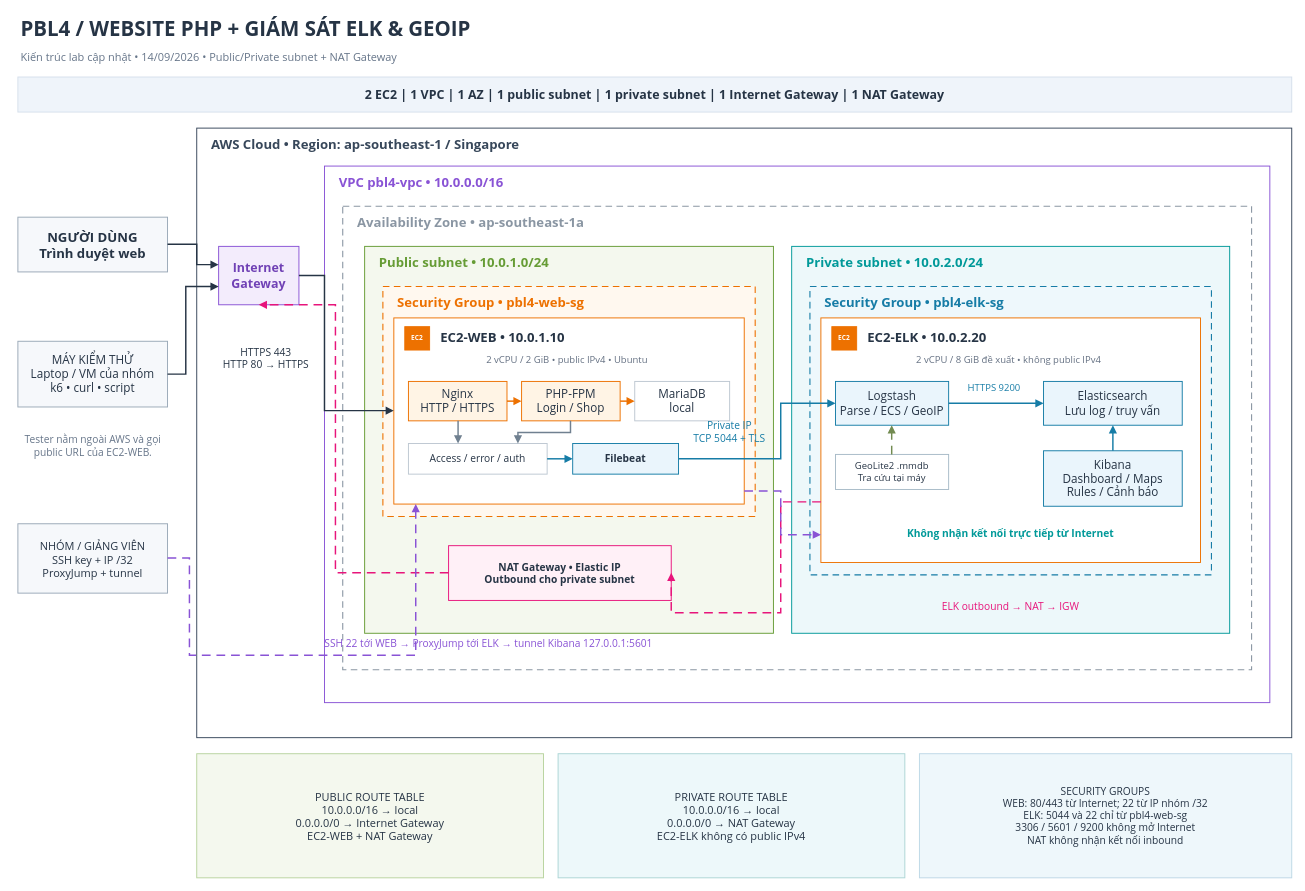
This is 01-work-breakdown/assets/pbl4-system-design.drawio from hoangFan1005/PBL4-docs, a draw.io file, before an edit. Source tidied: cells renumbered, new cells numbered last; positions are measured from the earlier drawing's top-left corner, leaving out a move shared by most shapes. Both pictures are drawn from the tidied source at 73%, with x=0, y=0 at pixel (12, 12).
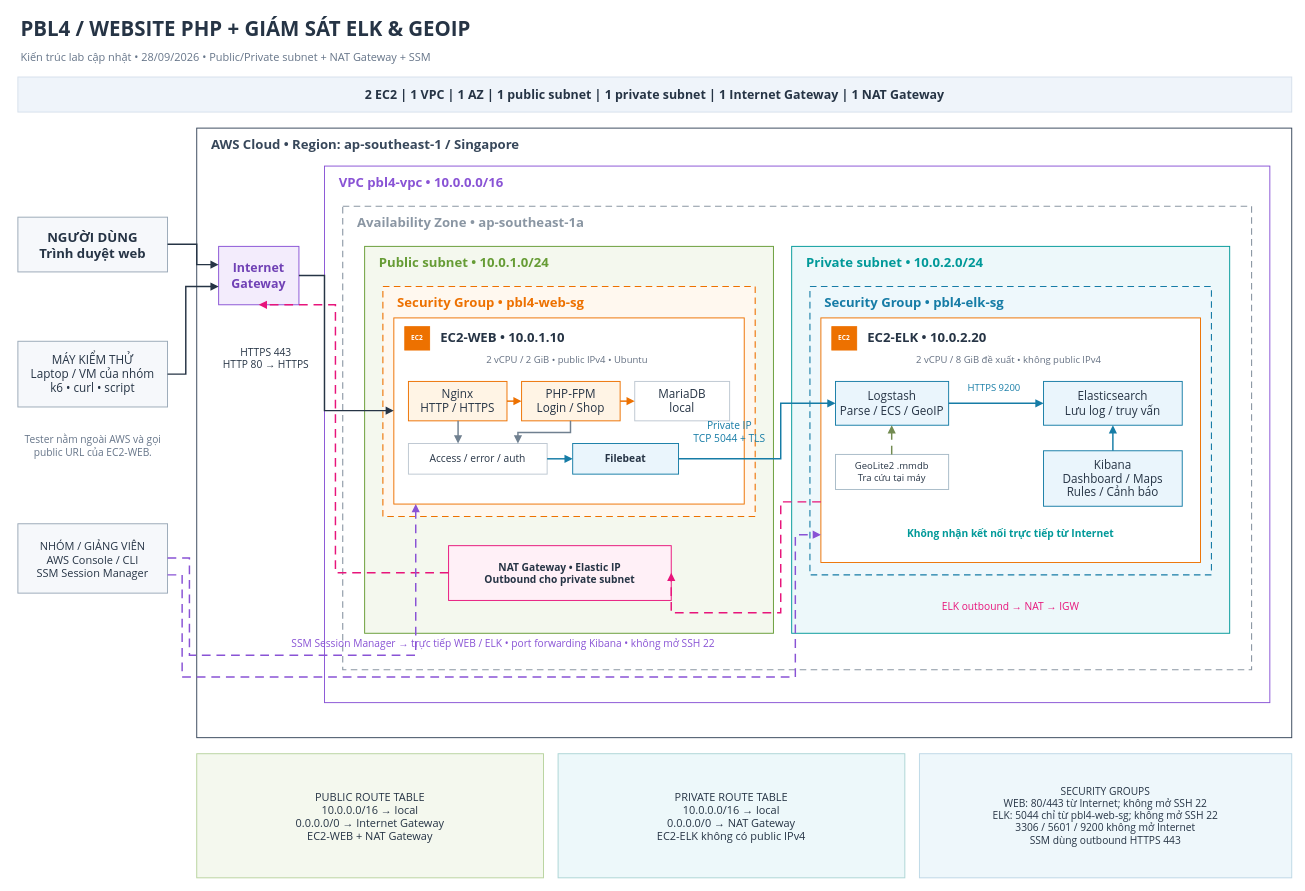
After the change.

Unchanged cells that the change refers to:
```xml
<mxCell id="17" style="rounded=0;whiteSpace=wrap;html=0;fillColor=#fff;strokeColor=#ed7100;strokeWidth=1.3;fontFamily=Segoe UI;fontSize=16;fontColor=#263445;fontStyle=0;align=center;verticalAlign=middle;spacing=4;" parent="15" vertex="1">
  <mxGeometry x="15" y="43" width="480" height="255" as="geometry" />
</mxCell>
<mxCell id="29" style="rounded=0;whiteSpace=wrap;html=0;fillColor=#fff;strokeColor=#ed7100;strokeWidth=1.3;fontFamily=Segoe UI;fontSize=16;fontColor=#263445;fontStyle=0;align=center;verticalAlign=middle;spacing=4;" parent="27" vertex="1">
  <mxGeometry x="15" y="43" width="520" height="335" as="geometry" />
</mxCell>
```

Diff of the diagram source:
```diff
@@
-    <mxCell id="3" value="Kiến trúc lab cập nhật • 14/09/2026 • Public/Private subnet + NAT Gateway" style="rounded=0;whiteSpace=wrap;html=0;fillColor=none;strokeColor=none;strokeWidth=1.3;fontFamily=Segoe UI;fontSize=15;fontColor=#667589;fontStyle=0;align=left;verticalAlign=middle;spacing=4;" parent="1" vertex="1">
+    <mxCell id="3" value="Kiến trúc lab cập nhật • 28/09/2026 • Public/Private subnet + NAT Gateway + SSM" style="rounded=0;whiteSpace=wrap;html=0;fillColor=none;strokeColor=none;strokeWidth=1.3;fontFamily=Segoe UI;fontSize=15;fontColor=#667589;fontStyle=0;align=left;verticalAlign=middle;spacing=4;" parent="1" vertex="1">
       <mxGeometry x="7" y="46" width="1745" height="25" as="geometry" />
     </mxCell>
@@
-    <mxCell id="40" value="NHÓM / GIẢNG VIÊN&#10;SSH key + IP /32&#10;ProxyJump + tunnel" style="rounded=0;whiteSpace=wrap;html=0;fillColor=#f6f8fb;strokeColor=#9aa8b7;strokeWidth=1.3;fontFamily=Segoe UI;fontSize=15;fontColor=#263445;fontStyle=0;align=center;verticalAlign=middle;spacing=4;" parent="1" vertex="1">
+    <mxCell id="40" value="NHÓM / GIẢNG VIÊN&#10;AWS Console / CLI&#10;SSM Session Manager" style="rounded=0;whiteSpace=wrap;html=0;fillColor=#f6f8fb;strokeColor=#9aa8b7;strokeWidth=1.3;fontFamily=Segoe UI;fontSize=15;fontColor=#263445;fontStyle=0;align=center;verticalAlign=middle;spacing=4;" parent="1" vertex="1">
       <mxGeometry x="7" y="700" width="205" height="95" as="geometry" />
     </mxCell>
@@
-    <mxCell id="47" value="SSH 22 tới WEB → ProxyJump tới ELK → tunnel Kibana 127.0.0.1:5601" style="rounded=0;whiteSpace=wrap;html=0;fillColor=none;strokeColor=none;strokeWidth=1.3;fontFamily=Segoe UI;fontSize=14;fontColor=#8953d5;fontStyle=0;align=center;verticalAlign=middle;spacing=4;" parent="1" vertex="1">
-      <mxGeometry x="272" y="850" width="760" height="28" as="geometry" />
+    <mxCell id="47" value="SSM Session Manager → trực tiếp WEB / ELK • port forwarding Kibana • không mở SSH 22" style="rounded=0;whiteSpace=wrap;html=0;fillColor=none;strokeColor=none;strokeWidth=1.3;fontFamily=Segoe UI;fontSize=14;fontColor=#8953d5;fontStyle=0;align=center;verticalAlign=middle;spacing=4;" parent="1" vertex="1">
+      <mxGeometry x="272" y="850" width="800" height="28" as="geometry" />
     </mxCell>
@@
-    <mxCell id="50" value="SECURITY GROUPS&#10;WEB: 80/443 từ Internet; 22 từ IP nhóm /32&#10;ELK: 5044 và 22 chỉ từ pbl4-web-sg&#10;3306 / 5601 / 9200 không mở Internet&#10;NAT không nhận kết nối inbound" style="rounded=0;whiteSpace=wrap;html=0;fillColor=#eef7fb;strokeColor=#bdd8e6;strokeWidth=1.3;fontFamily=Segoe UI;fontSize=14;fontColor=#263445;fontStyle=0;align=center;verticalAlign=middle;spacing=4;" parent="1" vertex="1">
+    <mxCell id="50" value="SECURITY GROUPS&#10;WEB: 80/443 từ Internet; không mở SSH 22&#10;ELK: 5044 chỉ từ pbl4-web-sg; không mở SSH 22&#10;3306 / 5601 / 9200 không mở Internet&#10;SSM dùng outbound HTTPS 443" style="rounded=0;whiteSpace=wrap;html=0;fillColor=#eef7fb;strokeColor=#bdd8e6;strokeWidth=1.3;fontFamily=Segoe UI;fontSize=14;fontColor=#263445;fontStyle=0;align=center;verticalAlign=middle;spacing=4;" parent="1" vertex="1">
       <mxGeometry x="1242" y="1015" width="510" height="170" as="geometry" />
     </mxCell>
@@
-    <mxCell id="66" style="edgeStyle=none;rounded=0;html=0;strokeColor=#8953d5;strokeWidth=2;endArrow=block;endFill=1;exitX=1;exitY=0.9294117647058824;exitDx=0;exitDy=0;entryX=0;entryY=0.8865671641791045;entryDx=0;entryDy=0;dashed=1;dashPattern=6 4;" parent="1" edge="1" source="17" target="29">
-      <mxGeometry relative="1" as="geometry">
-        <Array as="points">
-          <mxPoint x="1052" y="655" />
-          <mxPoint x="1052" y="715" />
-        </Array>
-      </mxGeometry>
-    </mxCell>
+    <mxCell id="67" style="edgeStyle=none;rounded=0;html=0;strokeColor=#8953d5;strokeWidth=2;endArrow=block;endFill=1;exitX=1;exitY=0.7368421052631579;exitDx=0;exitDy=0;entryX=0;entryY=0.8865671641791045;entryDx=0;entryDy=0;dashed=1;dashPattern=6 4;" parent="1" edge="1" source="40" target="29">
+      <mxGeometry relative="1" as="geometry">
+        <Array as="points">
+          <mxPoint x="232" y="770" />
+          <mxPoint x="232" y="910" />
+          <mxPoint x="1072" y="910" />
+          <mxPoint x="1072" y="715" />
+        </Array>
+      </mxGeometry>
+    </mxCell>
```
